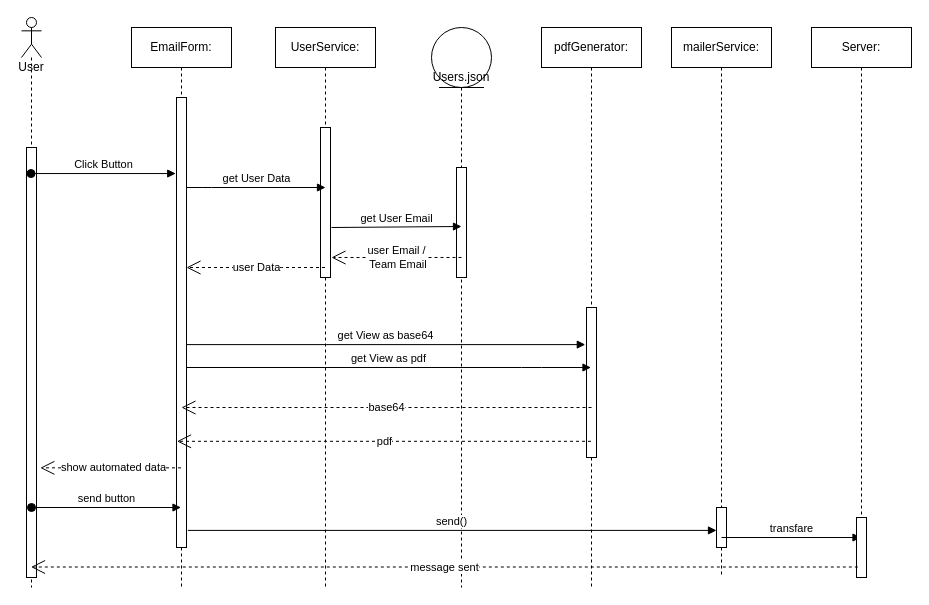
Earlier version of the draw.io diagram Email_Form Sequence Diagram.drawio (gitfarah/Schule-Website-Projekt). Source tidied: cells renumbered, new cells numbered last; positions are measured from the earlier drawing's top-left corner, leaving out a move shared by most shapes. Both pictures are drawn from the tidied source at 100%, with x=0, y=0 at pixel (21, 17).
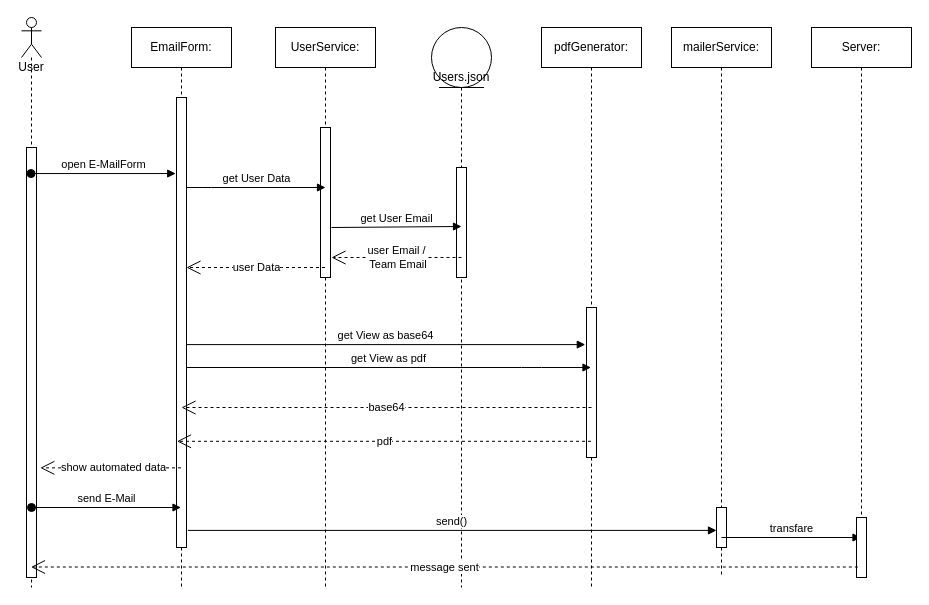
The same page after the edit.

Unchanged cells that the change refers to:
```xml
<mxCell id="2" value="EmailForm:" style="shape=umlLifeline;perimeter=lifelinePerimeter;whiteSpace=wrap;html=1;outlineConnect=0;" parent="1" vertex="1">
  <mxGeometry x="110" y="10" width="100" height="560" as="geometry" />
</mxCell>
<mxCell id="3" style="html=1;points=[];perimeter=orthogonalPerimeter;" parent="2" vertex="1">
  <mxGeometry x="45" y="70" width="10" height="450" as="geometry" />
</mxCell>
<mxCell id="4" value="User" style="shape=umlLifeline;participant=umlActor;perimeter=lifelinePerimeter;whiteSpace=wrap;html=1;verticalAlign=top;spacingTop=36;outlineConnect=0;" parent="1" vertex="1">
  <mxGeometry width="20" height="570" as="geometry" />
</mxCell>
```

The edit, as a diff of the source:
```diff
@@
-    <mxCell id="6" value="send button" style="html=1;verticalAlign=bottom;startArrow=oval;startFill=1;endArrow=block;startSize=8;" parent="4" edge="1" target="2">
+    <mxCell id="6" value="send E-Mail" style="html=1;verticalAlign=bottom;startArrow=oval;startFill=1;endArrow=block;startSize=8;" parent="4" edge="1" target="2">
       <mxGeometry relative="1" as="geometry">
         <mxPoint x="10" y="490" as="sourcePoint" />
       </mxGeometry>
     </mxCell>
-    <mxCell id="7" value="Click Button" style="html=1;verticalAlign=bottom;startArrow=oval;startFill=1;endArrow=block;startSize=8;entryX=-0.076;entryY=0.169;entryDx=0;entryDy=0;entryPerimeter=0;" parent="1" edge="1" source="4" target="3">
+    <mxCell id="7" value="open E-MailForm" style="html=1;verticalAlign=bottom;startArrow=oval;startFill=1;endArrow=block;startSize=8;entryX=-0.076;entryY=0.169;entryDx=0;entryDy=0;entryPerimeter=0;" parent="1" edge="1" source="4" target="3">
       <mxGeometry relative="1" as="geometry" />
     </mxCell>
```
